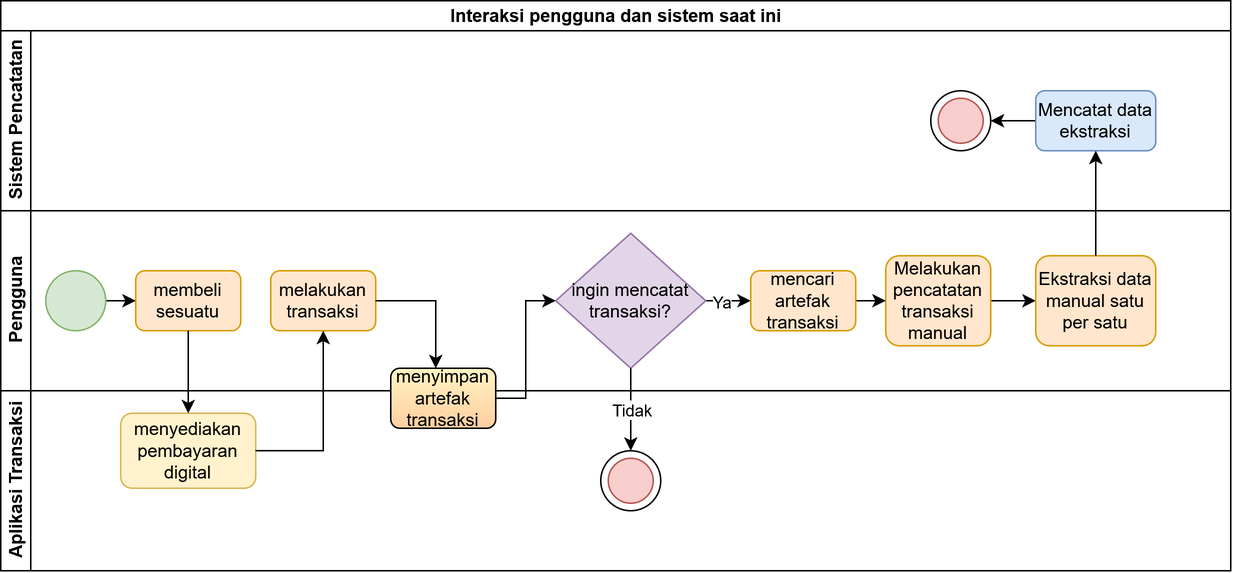
Earlier version of the draw.io export src/images/current-state.png (FYP-TrackMyBills/TA-Donut). Source tidied: cells renumbered, new cells last; positions are measured from the earlier drawing's top-left corner, leaving out a move shared by most shapes.
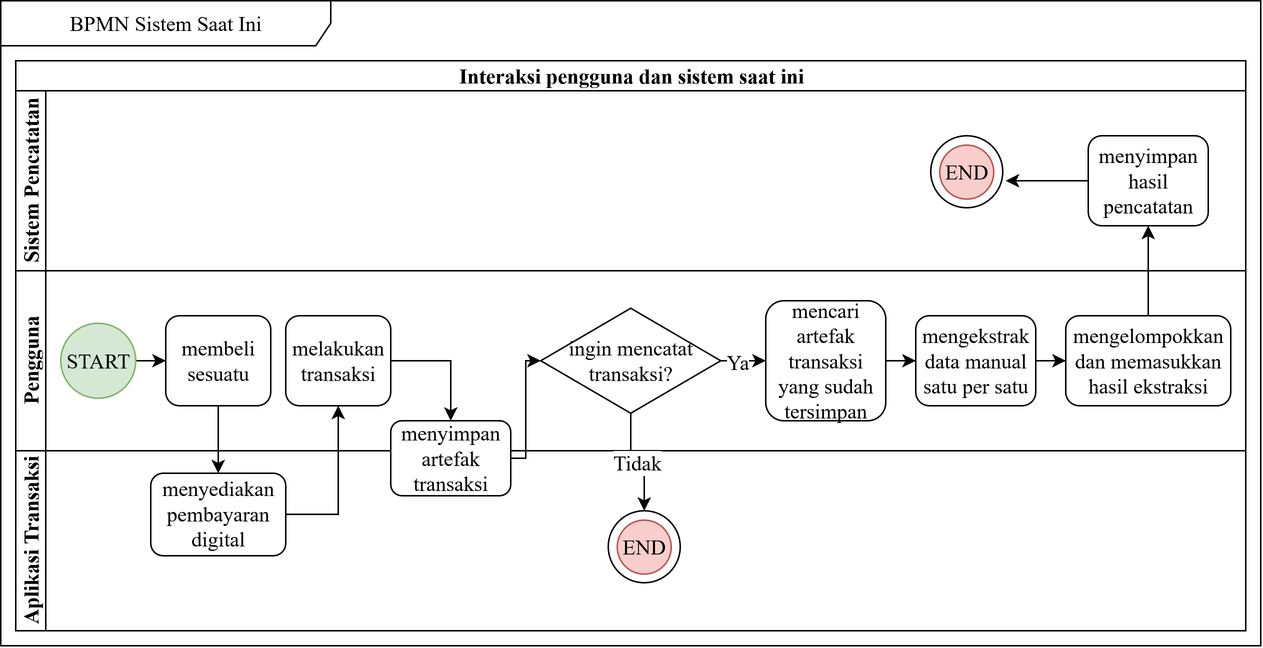
Above is the later version.

Change to the diagram source:
```diff
@@ -2,125 +2,134 @@
   <root>
     <mxCell id="0" />
     <mxCell id="1" parent="0" />
-    <mxCell id="2" value="Interaksi pengguna dan sistem saat ini" style="swimlane;horizontal=1;startSize=20;html=1;" parent="1" vertex="1">
-      <mxGeometry width="820" height="260" as="geometry" />
+    <mxCell id="2" value="BPMN Sistem Saat Ini" style="shape=umlFrame;whiteSpace=wrap;html=1;width=220;height=30;fontFamily=Times New Roman;fontSize=14;" parent="1" vertex="1">
+      <mxGeometry width="840" height="430" as="geometry" />
     </mxCell>
-    <mxCell id="3" value="Sistem Pencatatan" style="swimlane;startSize=20;horizontal=0;html=1;" parent="2" vertex="1">
-      <mxGeometry y="20" width="820" height="120" as="geometry" />
+    <mxCell id="3" value="Interaksi pengguna dan sistem saat ini" style="swimlane;horizontal=1;startSize=20;html=1;fontFamily=Times New Roman;fontSize=14;" parent="1" vertex="1">
+      <mxGeometry x="10" y="40" width="820" height="260" as="geometry" />
     </mxCell>
-    <mxCell id="4" style="edgeStyle=orthogonalEdgeStyle;rounded=0;jettySize=auto;html=1;entryX=1;entryY=0.5;entryDx=0;entryDy=0;" parent="3" edge="1" source="5" target="7">
-      <mxGeometry relative="1" as="geometry" />
+    <mxCell id="4" value="Sistem Pencatatan" style="swimlane;startSize=20;horizontal=0;html=1;fontFamily=Times New Roman;fontSize=14;" parent="3" vertex="1">
+      <mxGeometry y="20" width="820" height="120" as="geometry" />
     </mxCell>
-    <mxCell id="5" value="Mencatat data ekstraksi" style="whiteSpace=wrap;html=1;rounded=1;fillColor=#dae8fc;strokeColor=#6c8ebf;" parent="3" vertex="1">
-      <mxGeometry x="690" y="40" width="80" height="40" as="geometry" />
+    <mxCell id="5" style="edgeStyle=orthogonalEdgeStyle;rounded=0;jettySize=auto;html=1;entryX=1;entryY=0.5;entryDx=0;entryDy=0;fontFamily=Times New Roman;fontSize=14;" parent="4" edge="1" source="6">
+      <mxGeometry relative="1" as="geometry">
+        <mxPoint x="660" y="60" as="targetPoint" />
+      </mxGeometry>
     </mxCell>
-    <mxCell id="6" style="group;" parent="3" vertex="1">
-      <mxGeometry x="620" y="40" width="40" height="40" as="geometry" />
+    <mxCell id="6" value="menyimpan hasil pencatatan" style="whiteSpace=wrap;html=1;rounded=1;fontFamily=Times New Roman;fontSize=14;" parent="4" vertex="1">
+      <mxGeometry x="715" y="30" width="80" height="60" as="geometry" />
     </mxCell>
-    <mxCell id="7" style="ellipse;whiteSpace=wrap;html=1;" parent="6" vertex="1">
-      <mxGeometry width="40" height="40" as="geometry" />
+    <mxCell id="7" style="group;fontFamily=Times New Roman;fontSize=14;" parent="4" vertex="1">
+      <mxGeometry x="610" y="30" width="60" height="50" as="geometry" />
     </mxCell>
-    <mxCell id="8" style="ellipse;whiteSpace=wrap;html=1;fillColor=#f8cecc;strokeColor=#b85450;" parent="6" vertex="1">
-      <mxGeometry x="5" y="5" width="30" height="30" as="geometry" />
+    <mxCell id="8" style="ellipse;whiteSpace=wrap;html=1;fontFamily=Times New Roman;fontSize=14;" parent="7" vertex="1">
+      <mxGeometry width="48" height="48" as="geometry" />
     </mxCell>
-    <mxCell id="9" value="Pengguna" style="swimlane;startSize=20;horizontal=0;html=1;" parent="2" vertex="1">
-      <mxGeometry y="140" width="820" height="120" as="geometry" />
+    <mxCell id="9" value="END" style="ellipse;whiteSpace=wrap;html=1;fillColor=#f8cecc;strokeColor=#b85450;fontFamily=Times New Roman;fontSize=14;" parent="7" vertex="1">
+      <mxGeometry x="6" y="6.2" width="36" height="36" as="geometry" />
     </mxCell>
-    <mxCell id="10" style="edgeStyle=orthogonalEdgeStyle;rounded=0;jettySize=auto;html=1;" parent="9" edge="1" source="11" target="18">
-      <mxGeometry relative="1" as="geometry" />
+    <mxCell id="10" value="Pengguna" style="swimlane;startSize=20;horizontal=0;html=1;fontFamily=Times New Roman;fontSize=14;" parent="3" vertex="1">
+      <mxGeometry y="140" width="820" height="120" as="geometry" />
     </mxCell>
-    <mxCell id="11" style="ellipse;whiteSpace=wrap;html=1;fillColor=#d5e8d4;strokeColor=#82b366;" parent="9" vertex="1">
-      <mxGeometry x="30" y="40" width="40" height="40" as="geometry" />
+    <mxCell id="11" style="edgeStyle=orthogonalEdgeStyle;rounded=0;jettySize=auto;html=1;fontFamily=Times New Roman;fontSize=14;" parent="10" edge="1" source="12" target="19">
+      <mxGeometry relative="1" as="geometry" />
     </mxCell>
-    <mxCell id="12" value="melakukan transaksi" style="rounded=1;whiteSpace=wrap;html=1;fillColor=#ffe6cc;strokeColor=#d79b00;" parent="9" vertex="1">
-      <mxGeometry x="180" y="40" width="70" height="40" as="geometry" />
+    <mxCell id="12" value="START" style="ellipse;whiteSpace=wrap;html=1;fillColor=#d5e8d4;strokeColor=#82b366;fontFamily=Times New Roman;fontSize=14;direction=south;" parent="10" vertex="1">
+      <mxGeometry x="30" y="35" width="50" height="50" as="geometry" />
     </mxCell>
-    <mxCell id="13" style="edgeStyle=orthogonalEdgeStyle;rounded=0;jettySize=auto;html=1;entryX=0;entryY=0.5;entryDx=0;entryDy=0;" parent="9" edge="1" source="15" target="17">
-      <mxGeometry relative="1" as="geometry" />
+    <mxCell id="13" value="melakukan transaksi" style="rounded=1;whiteSpace=wrap;html=1;fontFamily=Times New Roman;fontSize=14;" parent="10" vertex="1">
+      <mxGeometry x="180" y="30" width="70" height="60" as="geometry" />
     </mxCell>
-    <mxCell id="14" value="Ya" style="edgeLabel;html=1;align=center;verticalAlign=middle;" parent="13" vertex="1">
-      <mxGeometry x="-0.31" y="2" relative="1" as="geometry">
-        <mxPoint x="-7" y="2" as="offset" />
-      </mxGeometry>
+    <mxCell id="14" style="edgeStyle=orthogonalEdgeStyle;rounded=0;jettySize=auto;html=1;entryX=0;entryY=0.5;entryDx=0;entryDy=0;fontFamily=Times New Roman;fontSize=14;" parent="10" edge="1" source="16" target="18">
+      <mxGeometry relative="1" as="geometry" />
     </mxCell>
-    <mxCell id="15" value="ingin mencatat transaksi?" style="rhombus;whiteSpace=wrap;html=1;fillColor=#e1d5e7;strokeColor=#9673a6;" parent="9" vertex="1">
-      <mxGeometry x="370" y="15" width="100" height="90" as="geometry" />
+    <mxCell id="15" value="Ya" style="edgeLabel;html=1;align=center;verticalAlign=middle;points=[];fontFamily=Times New Roman;fontSize=14;" parent="14" vertex="1">
+      <mxGeometry x="-0.31" y="2" relative="1" as="geometry">
+        <mxPoint x="-7" y="2" as="offset" />
+      </mxGeometry>
     </mxCell>
-    <mxCell id="16" style="edgeStyle=orthogonalEdgeStyle;rounded=0;jettySize=auto;html=1;" parent="9" edge="1" source="17" target="20">
-      <mxGeometry relative="1" as="geometry" />
+    <mxCell id="16" value="ingin mencatat transaksi?" style="rhombus;whiteSpace=wrap;html=1;fontFamily=Times New Roman;fontSize=14;" parent="10" vertex="1">
+      <mxGeometry x="350" y="25" width="120" height="70" as="geometry" />
     </mxCell>
-    <mxCell id="17" value="mencari artefak transaksi" style="rounded=1;whiteSpace=wrap;html=1;fillColor=#ffe6cc;strokeColor=#d79b00;" parent="9" vertex="1">
-      <mxGeometry x="500" y="40" width="70" height="40" as="geometry" />
+    <mxCell id="17" style="edgeStyle=orthogonalEdgeStyle;rounded=0;jettySize=auto;html=1;fontFamily=Times New Roman;fontSize=14;" parent="10" edge="1" source="18" target="21">
+      <mxGeometry relative="1" as="geometry" />
     </mxCell>
-    <mxCell id="18" value="membeli sesuatu" style="rounded=1;whiteSpace=wrap;html=1;fillColor=#ffe6cc;strokeColor=#d79b00;" parent="9" vertex="1">
-      <mxGeometry x="90" y="40" width="70" height="40" as="geometry" />
+    <mxCell id="18" value="mencari artefak transaksi yang sudah tersimpan" style="rounded=1;whiteSpace=wrap;html=1;fontFamily=Times New Roman;fontSize=14;" parent="10" vertex="1">
+      <mxGeometry x="500" y="20" width="80" height="80" as="geometry" />
     </mxCell>
-    <mxCell id="19" style="edgeStyle=orthogonalEdgeStyle;rounded=0;jettySize=auto;html=1;entryX=0;entryY=0.5;entryDx=0;entryDy=0;" parent="9" edge="1" source="20" target="21">
-      <mxGeometry relative="1" as="geometry" />
+    <mxCell id="19" value="membeli sesuatu" style="rounded=1;whiteSpace=wrap;html=1;fontFamily=Times New Roman;fontSize=14;" parent="10" vertex="1">
+      <mxGeometry x="100" y="30" width="70" height="60" as="geometry" />
     </mxCell>
-    <mxCell id="20" value="Melakukan pencatatan transaksi manual" style="whiteSpace=wrap;html=1;rounded=1;fillColor=#ffe6cc;strokeColor=#d79b00;" parent="9" vertex="1">
-      <mxGeometry x="590" y="30" width="70" height="60" as="geometry" />
+    <mxCell id="20" style="edgeStyle=orthogonalEdgeStyle;rounded=0;jettySize=auto;html=1;entryX=0;entryY=0.5;entryDx=0;entryDy=0;fontFamily=Times New Roman;fontSize=14;" parent="10" edge="1" source="21" target="22">
+      <mxGeometry relative="1" as="geometry" />
     </mxCell>
-    <mxCell id="21" value="Ekstraksi data manual satu per satu" style="whiteSpace=wrap;html=1;rounded=1;fillColor=#ffe6cc;strokeColor=#d79b00;" parent="9" vertex="1">
-      <mxGeometry x="690" y="30" width="80" height="60" as="geometry" />
+    <mxCell id="21" value="mengekstrak data manual satu per satu" style="whiteSpace=wrap;html=1;rounded=1;fontFamily=Times New Roman;fontSize=14;" parent="10" vertex="1">
+      <mxGeometry x="600" y="30" width="80" height="60" as="geometry" />
     </mxCell>
-    <mxCell id="22" style="edgeStyle=orthogonalEdgeStyle;rounded=0;jettySize=auto;html=1;entryX=0.5;entryY=1;entryDx=0;entryDy=0;" parent="2" edge="1" source="21" target="5">
-      <mxGeometry relative="1" as="geometry" />
+    <mxCell id="22" value="mengelompokkan dan memasukkan hasil ekstraksi" style="whiteSpace=wrap;html=1;rounded=1;fontFamily=Times New Roman;fontSize=14;" parent="10" vertex="1">
+      <mxGeometry x="700" y="30" width="110" height="60" as="geometry" />
     </mxCell>
-    <mxCell id="23" value="Aplikasi Transaksi" style="swimlane;startSize=20;horizontal=0;html=1;" parent="1" vertex="1">
-      <mxGeometry y="260" width="820" height="120" as="geometry" />
+    <mxCell id="23" style="edgeStyle=orthogonalEdgeStyle;rounded=0;jettySize=auto;html=1;entryX=0.5;entryY=1;entryDx=0;entryDy=0;fontFamily=Times New Roman;fontSize=14;" parent="3" edge="1" source="22" target="6">
+      <mxGeometry relative="1" as="geometry" />
     </mxCell>
-    <mxCell id="24" style="edgeStyle=orthogonalEdgeStyle;rounded=0;orthogonalLoop=1;jettySize=auto;html=1;" parent="23" edge="1">
-      <mxGeometry relative="1" as="geometry">
-        <mxPoint x="160" y="60" as="sourcePoint" />
-      </mxGeometry>
+    <mxCell id="24" value="Aplikasi Transaksi" style="swimlane;startSize=20;horizontal=0;html=1;fontFamily=Times New Roman;fontSize=14;" parent="1" vertex="1">
+      <mxGeometry x="10" y="300" width="820" height="120" as="geometry" />
     </mxCell>
-    <mxCell id="25" style="edgeStyle=orthogonalEdgeStyle;rounded=0;orthogonalLoop=1;jettySize=auto;html=1;" parent="23" edge="1">
+    <mxCell id="25" style="edgeStyle=orthogonalEdgeStyle;rounded=0;orthogonalLoop=1;jettySize=auto;html=1;" parent="24" edge="1">
       <mxGeometry relative="1" as="geometry">
-        <mxPoint x="260" y="60" as="sourcePoint" />
+        <mxPoint x="160" y="60" as="sourcePoint" />
       </mxGeometry>
     </mxCell>
-    <mxCell id="26" value="menyediakan pembayaran digital" style="rounded=1;whiteSpace=wrap;html=1;fillColor=#fff2cc;strokeColor=#d6b656;" parent="23" vertex="1">
-      <mxGeometry x="80" y="15" width="90" height="50" as="geometry" />
+    <mxCell id="26" style="edgeStyle=orthogonalEdgeStyle;rounded=0;orthogonalLoop=1;jettySize=auto;html=1;" parent="24" edge="1">
+      <mxGeometry relative="1" as="geometry">
+        <mxPoint x="260" y="60" as="sourcePoint" />
+      </mxGeometry>
     </mxCell>
-    <mxCell id="27" value="menyimpan artefak transaksi" style="rounded=1;whiteSpace=wrap;html=1;gradientColor=#FFCE9F;fillColor=#FFF4C3;" parent="23" vertex="1">
-      <mxGeometry x="260" y="-15" width="70" height="40" as="geometry" />
+    <mxCell id="27" value="menyediakan pembayaran digital" style="rounded=1;whiteSpace=wrap;html=1;fontFamily=Times New Roman;fontSize=14;" parent="24" vertex="1">
+      <mxGeometry x="90" y="15" width="90" height="55" as="geometry" />
     </mxCell>
-    <mxCell id="28" style="group;" parent="23" vertex="1">
-      <mxGeometry x="400" y="40" width="40" height="40" as="geometry" />
+    <mxCell id="28" value="menyimpan artefak transaksi" style="rounded=1;whiteSpace=wrap;html=1;fontFamily=Times New Roman;fontSize=14;" parent="24" vertex="1">
+      <mxGeometry x="250" y="-20" width="80" height="50" as="geometry" />
     </mxCell>
-    <mxCell id="29" style="ellipse;whiteSpace=wrap;html=1;" parent="28" vertex="1">
-      <mxGeometry width="40" height="40" as="geometry" />
+    <mxCell id="29" style="group;fontFamily=Times New Roman;fontSize=14;" parent="24" vertex="1">
+      <mxGeometry x="395" y="40" width="60" height="50" as="geometry" />
     </mxCell>
-    <mxCell id="30" style="ellipse;whiteSpace=wrap;html=1;fillColor=#f8cecc;strokeColor=#b85450;" parent="28" vertex="1">
-      <mxGeometry x="5" y="5" width="30" height="30" as="geometry" />
+    <mxCell id="30" style="ellipse;whiteSpace=wrap;html=1;fontFamily=Times New Roman;fontSize=14;" parent="29" vertex="1">
+      <mxGeometry width="48" height="48" as="geometry" />
     </mxCell>
-    <mxCell id="31" style="edgeStyle=orthogonalEdgeStyle;rounded=0;jettySize=auto;html=1;" parent="1" edge="1" source="18" target="26">
-      <mxGeometry relative="1" as="geometry" />
+    <mxCell id="31" value="END" style="ellipse;whiteSpace=wrap;html=1;fillColor=#f8cecc;strokeColor=#b85450;fontFamily=Times New Roman;fontSize=14;" parent="29" vertex="1">
+      <mxGeometry x="6" y="6.2" width="36" height="36" as="geometry" />
     </mxCell>
-    <mxCell id="32" style="edgeStyle=orthogonalEdgeStyle;rounded=0;jettySize=auto;html=1;entryX=0.5;entryY=1;entryDx=0;entryDy=0;" parent="1" edge="1" source="26" target="12">
+    <mxCell id="32" style="edgeStyle=orthogonalEdgeStyle;rounded=0;jettySize=auto;html=1;fontFamily=Times New Roman;fontSize=14;" parent="1" edge="1" source="19" target="27">
       <mxGeometry relative="1" as="geometry" />
     </mxCell>
-    <mxCell id="33" style="edgeStyle=orthogonalEdgeStyle;rounded=0;jettySize=auto;html=1;" parent="1" edge="1" source="12" target="27">
+    <mxCell id="33" style="edgeStyle=orthogonalEdgeStyle;rounded=0;jettySize=auto;html=1;entryX=0.5;entryY=1;entryDx=0;entryDy=0;fontFamily=Times New Roman;fontSize=14;" parent="1" edge="1" source="27" target="13">
       <mxGeometry relative="1" as="geometry">
         <Array as="points">
-          <mxPoint x="290" y="200" />
+          <mxPoint x="225" y="342" />
         </Array>
       </mxGeometry>
     </mxCell>
-    <mxCell id="34" style="edgeStyle=orthogonalEdgeStyle;rounded=0;jettySize=auto;html=1;" parent="1" edge="1" source="27" target="15">
+    <mxCell id="34" style="edgeStyle=orthogonalEdgeStyle;rounded=0;jettySize=auto;html=1;fontFamily=Times New Roman;fontSize=14;" parent="1" edge="1" source="13" target="28">
       <mxGeometry relative="1" as="geometry">
         <Array as="points">
-          <mxPoint x="350" y="265" />
-          <mxPoint x="350" y="200" />
+          <mxPoint x="300" y="240" />
         </Array>
       </mxGeometry>
     </mxCell>
-    <mxCell id="35" style="edgeStyle=orthogonalEdgeStyle;rounded=0;jettySize=auto;html=1;entryX=0.5;entryY=0;entryDx=0;entryDy=0;" parent="1" edge="1" source="15" target="29">
-      <mxGeometry relative="1" as="geometry" />
+    <mxCell id="35" style="edgeStyle=orthogonalEdgeStyle;rounded=0;jettySize=auto;html=1;fontFamily=Times New Roman;fontSize=14;exitX=1;exitY=0.5;exitDx=0;exitDy=0;" parent="1" edge="1" source="28" target="16">
+      <mxGeometry relative="1" as="geometry">
+        <Array as="points">
+          <mxPoint x="350" y="305" />
+          <mxPoint x="350" y="240" />
+        </Array>
+      </mxGeometry>
     </mxCell>
-    <mxCell id="36" value="Tidak" style="edgeLabel;html=1;align=center;verticalAlign=middle;" parent="35" vertex="1">
-      <mxGeometry x="-0.05" relative="1" as="geometry" />
+    <mxCell id="36" style="edgeStyle=orthogonalEdgeStyle;rounded=0;jettySize=auto;html=1;entryX=0.5;entryY=0;entryDx=0;entryDy=0;fontFamily=Times New Roman;fontSize=14;" parent="1" edge="1" source="16" target="30">
+      <mxGeometry relative="1" as="geometry" />
     </mxCell>
+    <mxCell id="37" value="Tidak" style="edgeLabel;html=1;align=center;verticalAlign=middle;fontFamily=Times New Roman;fontSize=14;" parent="36" vertex="1">
+      <mxGeometry x="-0.05" relative="1" as="geometry" />
+    </mxCell>
   </root>
 </mxGraphModel>
```
